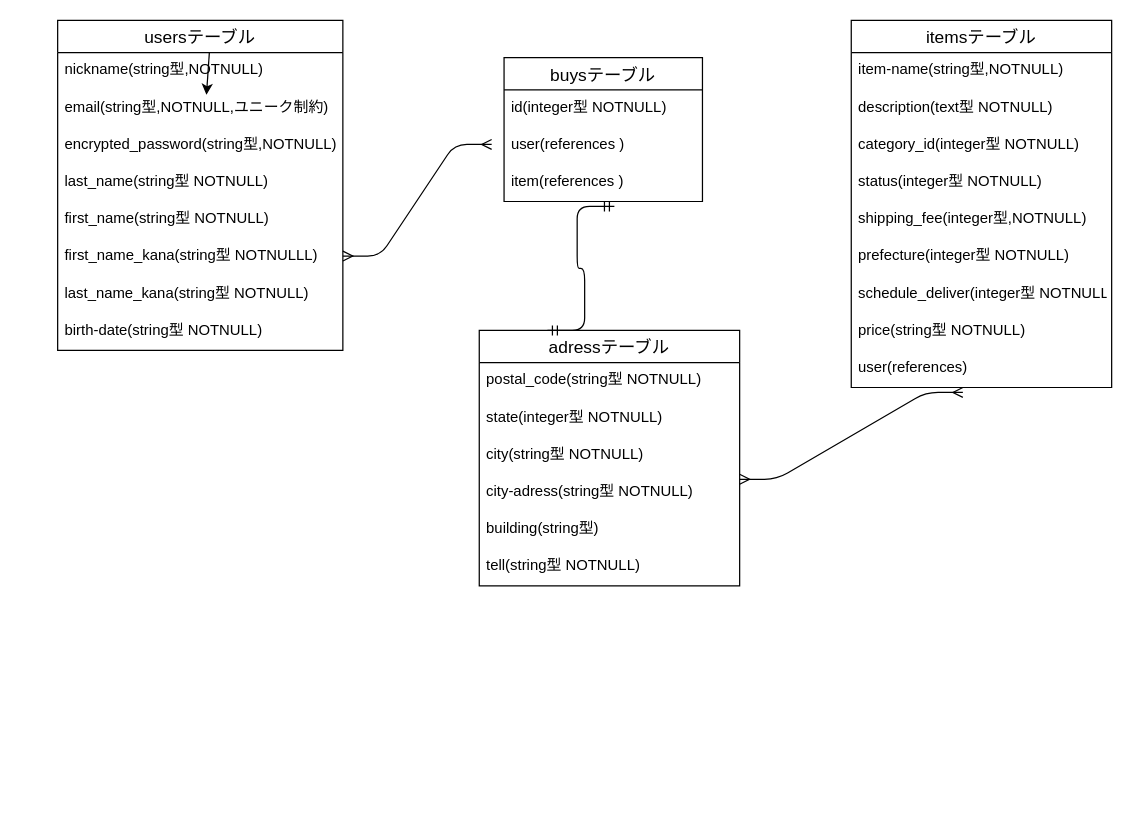
Above: read me.dio in mintia0743/furima-40376 (draw.io), before the change. Source tidied: cells renumbered, new cells numbered last; positions are measured from the earlier drawing's top-left corner, leaving out a move shared by most shapes. Both pictures are drawn from the tidied source at 124%, with x=0, y=0 at pixel (57, 20).
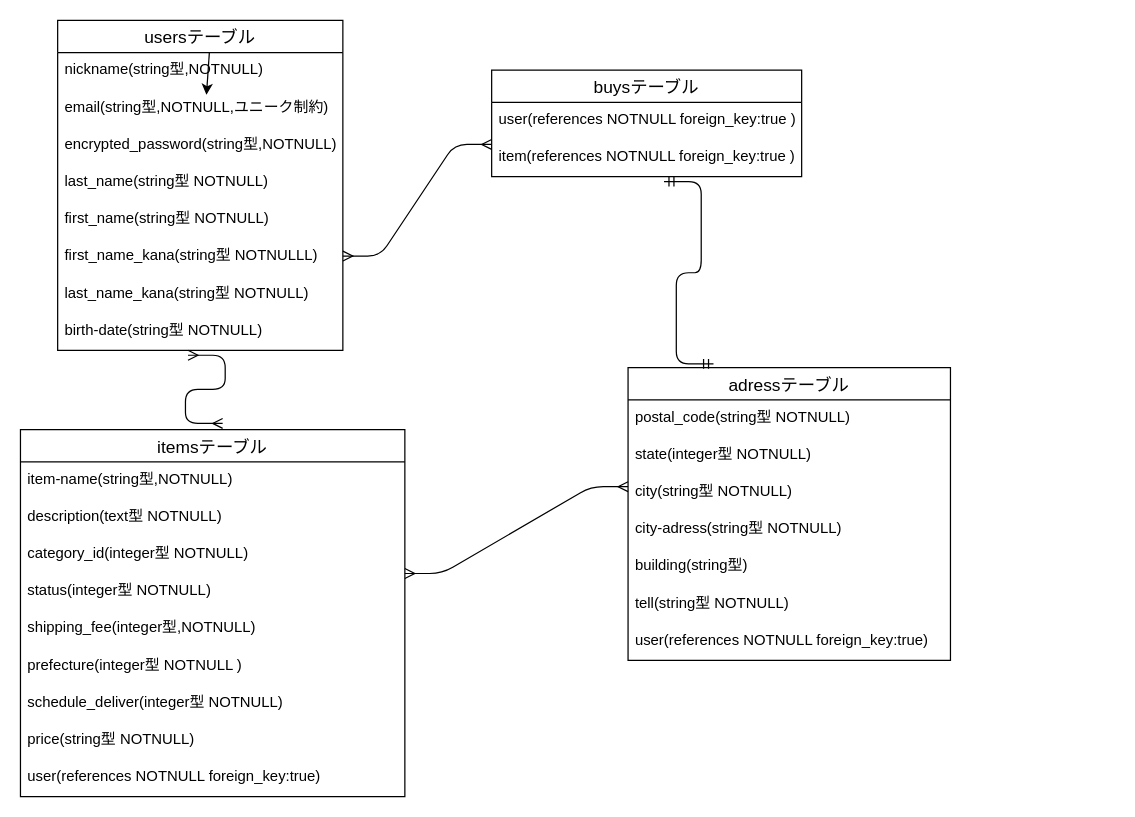
After the change.

Unchanged cells that the change refers to:
```xml
<mxCell id="11" value="birth-date(string型 NOTNULL)" style="text;strokeColor=none;fillColor=none;spacingLeft=4;spacingRight=4;overflow=hidden;points=[[0,0.5],[1,0.5]];portConstraint=eastwest;fontSize=12;" parent="3" vertex="1">
  <mxGeometry y="236" width="230" height="30" as="geometry" />
</mxCell>
```

Change to the diagram source:
```diff
@@
     <mxCell id="12" value="adressテーブル" style="swimlane;fontStyle=0;horizontal=1;startSize=26;align=center;fontSize=14;" parent="1" vertex="1">
-      <mxGeometry x="340" y="250" width="210" height="206" as="geometry" />
+      <mxGeometry x="460" y="280" width="260" height="236" as="geometry" />
     </mxCell>
     <mxCell id="13" value="postal_code(string型 NOTNULL)" style="text;strokeColor=none;fillColor=none;spacingLeft=4;spacingRight=4;overflow=hidden;fontSize=12;" parent="12" vertex="1">
-      <mxGeometry y="26" width="210" height="30" as="geometry" />
+      <mxGeometry y="26" width="260" height="30" as="geometry" />
     </mxCell>
     <mxCell id="14" value="state(integer型 NOTNULL)" style="text;strokeColor=none;fillColor=none;spacingLeft=4;spacingRight=4;overflow=hidden;fontSize=12;" parent="12" vertex="1">
-      <mxGeometry y="56" width="210" height="30" as="geometry" />
+      <mxGeometry y="56" width="260" height="30" as="geometry" />
     </mxCell>
     <mxCell id="15" value="city(string型 NOTNULL)" style="text;strokeColor=none;fillColor=none;spacingLeft=4;spacingRight=4;overflow=hidden;fontSize=12;" parent="12" vertex="1">
-      <mxGeometry y="86" width="210" height="30" as="geometry" />
+      <mxGeometry y="86" width="260" height="30" as="geometry" />
     </mxCell>
     <mxCell id="16" value="city-adress(string型 NOTNULL)" style="text;strokeColor=none;fillColor=none;spacingLeft=4;spacingRight=4;overflow=hidden;fontSize=12;" parent="12" vertex="1">
-      <mxGeometry y="116" width="210" height="30" as="geometry" />
+      <mxGeometry y="116" width="260" height="30" as="geometry" />
     </mxCell>
     <mxCell id="17" value="building(string型)" style="text;strokeColor=none;fillColor=none;spacingLeft=4;spacingRight=4;overflow=hidden;fontSize=12;" parent="12" vertex="1">
-      <mxGeometry y="146" width="210" height="30" as="geometry" />
+      <mxGeometry y="146" width="260" height="30" as="geometry" />
     </mxCell>
     <mxCell id="18" value="tell(string型 NOTNULL)" style="text;strokeColor=none;fillColor=none;spacingLeft=4;spacingRight=4;overflow=hidden;fontSize=12;" parent="12" vertex="1">
-      <mxGeometry y="176" width="210" height="30" as="geometry" />
+      <mxGeometry y="176" width="260" height="30" as="geometry" />
     </mxCell>
+    <mxCell id="36" value="user(references NOTNULL foreign_key:true)" style="text;strokeColor=none;fillColor=none;spacingLeft=4;spacingRight=4;overflow=hidden;fontSize=12;" parent="12" vertex="1">
+      <mxGeometry y="206" width="260" height="30" as="geometry" />
+    </mxCell>
     <mxCell id="19" value="itemsテーブル" style="swimlane;fontStyle=0;horizontal=1;startSize=26;align=center;fontSize=14;" parent="1" vertex="1">
-      <mxGeometry x="640" width="210" height="296" as="geometry" />
+      <mxGeometry x="-30" y="330" width="310" height="296" as="geometry" />
     </mxCell>
     <mxCell id="20" value="item-name(string型,NOTNULL)" style="text;strokeColor=none;fillColor=none;spacingLeft=4;spacingRight=4;overflow=hidden;fontSize=12;" parent="19" vertex="1">
-      <mxGeometry y="26" width="210" height="30" as="geometry" />
+      <mxGeometry y="26" width="310" height="30" as="geometry" />
     </mxCell>
     <mxCell id="21" value="description(text型 NOTNULL)" style="text;strokeColor=none;fillColor=none;spacingLeft=4;spacingRight=4;overflow=hidden;fontSize=12;" parent="19" vertex="1">
-      <mxGeometry y="56" width="210" height="30" as="geometry" />
+      <mxGeometry y="56" width="310" height="30" as="geometry" />
     </mxCell>
     <mxCell id="22" value="category_id(integer型 NOTNULL)" style="text;strokeColor=none;fillColor=none;spacingLeft=4;spacingRight=4;overflow=hidden;fontSize=12;" parent="19" vertex="1">
-      <mxGeometry y="86" width="210" height="30" as="geometry" />
+      <mxGeometry y="86" width="310" height="30" as="geometry" />
     </mxCell>
     <mxCell id="23" value="status(integer型 NOTNULL)" style="text;strokeColor=none;fillColor=none;spacingLeft=4;spacingRight=4;overflow=hidden;fontSize=12;" parent="19" vertex="1">
-      <mxGeometry y="116" width="210" height="30" as="geometry" />
+      <mxGeometry y="116" width="310" height="30" as="geometry" />
     </mxCell>
     <mxCell id="24" value="shipping_fee(integer型,NOTNULL)" style="text;strokeColor=none;fillColor=none;spacingLeft=4;spacingRight=4;overflow=hidden;fontSize=12;" parent="19" vertex="1">
-      <mxGeometry y="146" width="210" height="30" as="geometry" />
+      <mxGeometry y="146" width="310" height="30" as="geometry" />
     </mxCell>
-    <mxCell id="25" value="prefecture(integer型 NOTNULL)" style="text;strokeColor=none;fillColor=none;spacingLeft=4;spacingRight=4;overflow=hidden;fontSize=12;" parent="19" vertex="1">
-      <mxGeometry y="176" width="210" height="30" as="geometry" />
+    <mxCell id="25" value="prefecture(integer型 NOTNULL )" style="text;strokeColor=none;fillColor=none;spacingLeft=4;spacingRight=4;overflow=hidden;fontSize=12;" parent="19" vertex="1">
+      <mxGeometry y="176" width="310" height="30" as="geometry" />
     </mxCell>
     <mxCell id="26" value="schedule_deliver(integer型 NOTNULL)" style="text;strokeColor=none;fillColor=none;spacingLeft=4;spacingRight=4;overflow=hidden;fontSize=12;" parent="19" vertex="1">
-      <mxGeometry y="206" width="210" height="30" as="geometry" />
+      <mxGeometry y="206" width="310" height="30" as="geometry" />
     </mxCell>
     <mxCell id="27" value="price(string型 NOTNULL)" style="text;strokeColor=none;fillColor=none;spacingLeft=4;spacingRight=4;overflow=hidden;fontSize=12;" parent="19" vertex="1">
-      <mxGeometry y="236" width="210" height="30" as="geometry" />
+      <mxGeometry y="236" width="310" height="30" as="geometry" />
     </mxCell>
-    <mxCell id="28" value="user(references)" style="text;strokeColor=none;fillColor=none;spacingLeft=4;spacingRight=4;overflow=hidden;fontSize=12;" parent="19" vertex="1">
-      <mxGeometry y="266" width="210" height="30" as="geometry" />
+    <mxCell id="28" value="user(references NOTNULL foreign_key:true)" style="text;strokeColor=none;fillColor=none;spacingLeft=4;spacingRight=4;overflow=hidden;fontSize=12;" parent="19" vertex="1">
+      <mxGeometry y="266" width="310" height="30" as="geometry" />
     </mxCell>
     <mxCell id="29" value="buysテーブル" style="swimlane;fontStyle=0;horizontal=1;startSize=26;align=center;fontSize=14;" parent="1" vertex="1">
-      <mxGeometry x="360" y="30" width="160" height="116" as="geometry" />
+      <mxGeometry x="350" y="40" width="250" height="86" as="geometry" />
     </mxCell>
-    <mxCell id="30" value="id(integer型 NOTNULL)" style="text;strokeColor=none;fillColor=none;spacingLeft=4;spacingRight=4;overflow=hidden;fontSize=12;" parent="29" vertex="1">
-      <mxGeometry y="26" width="160" height="30" as="geometry" />
-    </mxCell>
-    <mxCell id="31" value="user(references )" style="text;strokeColor=none;fillColor=none;spacingLeft=4;spacingRight=4;overflow=hidden;fontSize=12;" parent="29" vertex="1">
-      <mxGeometry y="56" width="160" height="30" as="geometry" />
+    <mxCell id="31" value="user(references NOTNULL foreign_key:true )" style="text;strokeColor=none;fillColor=none;spacingLeft=4;spacingRight=4;overflow=hidden;fontSize=12;" parent="29" vertex="1">
+      <mxGeometry y="26" width="250" height="30" as="geometry" />
     </mxCell>
-    <mxCell id="32" value="item(references )" style="text;strokeColor=none;fillColor=none;spacingLeft=4;spacingRight=4;overflow=hidden;points=[[0,0.5],[1,0.5]];portConstraint=eastwest;fontSize=12;" parent="29" vertex="1">
-      <mxGeometry y="86" width="160" height="30" as="geometry" />
+    <mxCell id="32" value="item(references NOTNULL foreign_key:true )" style="text;strokeColor=none;fillColor=none;spacingLeft=4;spacingRight=4;overflow=hidden;points=[[0,0.5],[1,0.5]];portConstraint=eastwest;fontSize=12;" parent="29" vertex="1">
+      <mxGeometry y="56" width="250" height="30" as="geometry" />
     </mxCell>
@@
-    <mxCell id="34" style="edgeStyle=entityRelationEdgeStyle;fontSize=12;html=1;endArrow=ERmandOne;startArrow=ERmandOne;entryX=0.556;entryY=1.133;entryDx=0;entryDy=0;entryPerimeter=0;" parent="1" edge="1" target="32">
-      <mxGeometry relative="1" as="geometry">
-        <mxPoint x="395" y="250" as="sourcePoint" />
-      </mxGeometry>
+    <mxCell id="34" style="edgeStyle=entityRelationEdgeStyle;fontSize=12;html=1;endArrow=ERmandOne;startArrow=ERmandOne;entryX=0.556;entryY=1.133;entryDx=0;entryDy=0;entryPerimeter=0;exitX=0.265;exitY=-0.013;exitDx=0;exitDy=0;exitPerimeter=0;" parent="1" edge="1" source="12" target="32">
+      <mxGeometry relative="1" as="geometry" />
     </mxCell>
+    <mxCell id="37" style="edgeStyle=entityRelationEdgeStyle;fontSize=12;html=1;endArrow=ERmany;startArrow=ERmany;entryX=0.526;entryY=-0.017;entryDx=0;entryDy=0;entryPerimeter=0;exitX=0.457;exitY=1.133;exitDx=0;exitDy=0;exitPerimeter=0;" parent="1" edge="1" source="11" target="19">
+      <mxGeometry relative="1" as="geometry" />
+    </mxCell>
     <mxCell id="35" style="edgeStyle=entityRelationEdgeStyle;fontSize=12;html=1;endArrow=ERmany;startArrow=ERmany;" parent="1" edge="1">
       <mxGeometry relative="1" as="geometry">
-        <mxPoint x="550" y="370" as="sourcePoint" />
-        <mxPoint x="730" y="300" as="targetPoint" />
+        <mxPoint x="280" y="446" as="sourcePoint" />
+        <mxPoint x="460" y="376" as="targetPoint" />
       </mxGeometry>
     </mxCell>
```
